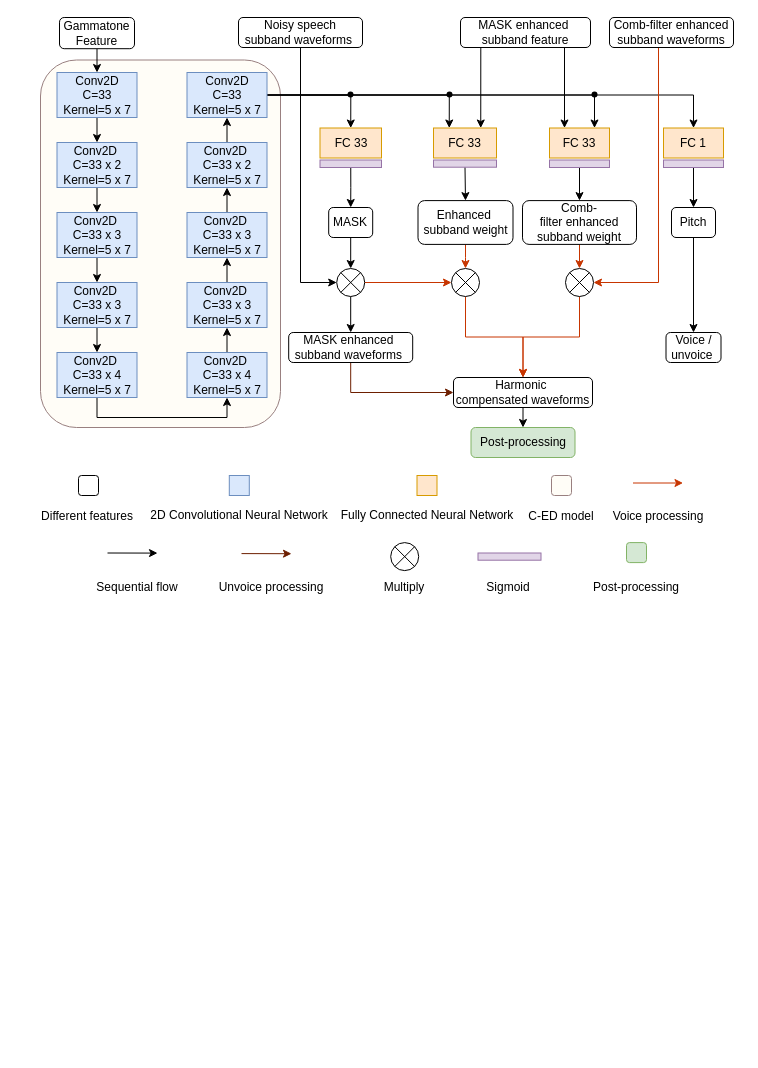
This is cedmodel.drawio from linan2/A-Convolutional-Recurrent-Neural-Network-for-Real-Time-Speech-Enhancement, a draw.io file, before an edit. Source tidied: cells renumbered, new cells numbered last; positions are measured from the earlier drawing's top-left corner, leaving out a move shared by most shapes. Both pictures are drawn from the tidied source at 100%, with x=0, y=0 at pixel (17, 17).
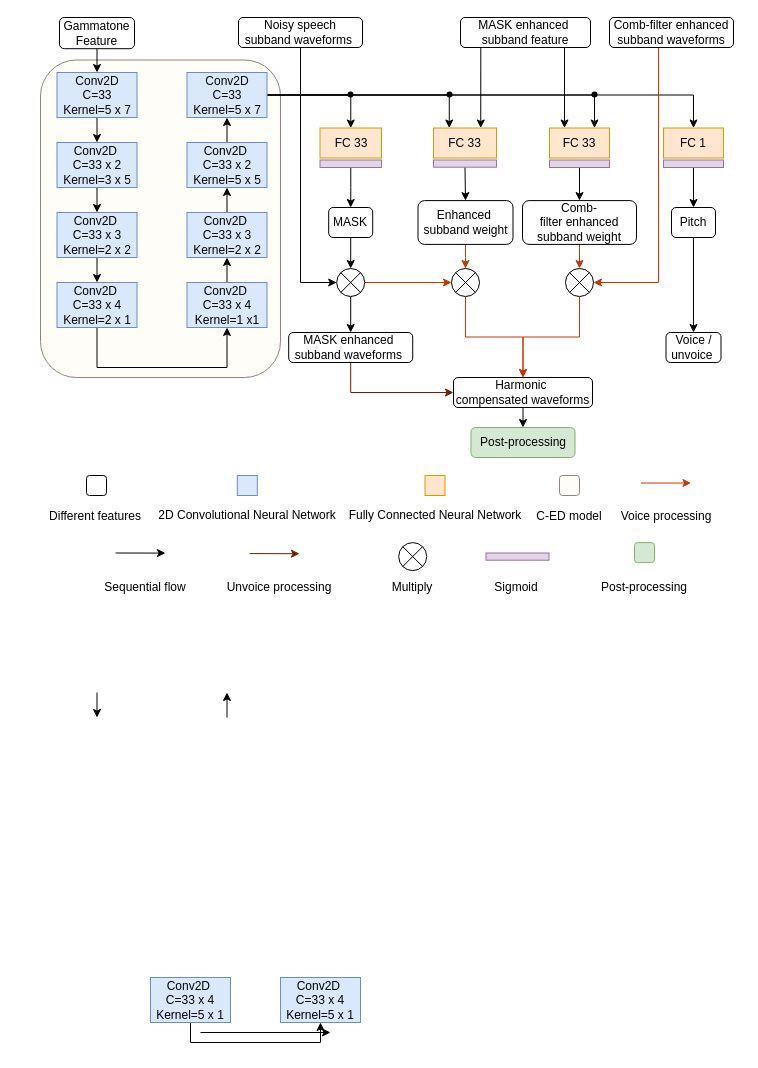
The same diagram, later.

Change to the diagram source:
```diff
@@
     <mxCell id="2" style="rounded=1;whiteSpace=wrap;html=1;fillColor=#FFFDF7;strokeColor=#998080;" parent="1" vertex="1">
-      <mxGeometry x="23" y="42.5" width="240" height="367.5" as="geometry" />
+      <mxGeometry x="23" y="42.5" width="240" height="317.5" as="geometry" />
     </mxCell>
@@
-    <mxCell id="10" value="Conv2D&amp;nbsp;&lt;br&gt;C=33 x 2 Kernel=5 x 7" style="rounded=0;whiteSpace=wrap;html=1;fillColor=#dae8fc;strokeColor=#6c8ebf;" parent="1" vertex="1">
+    <mxCell id="10" value="Conv2D&amp;nbsp;&lt;br&gt;C=33 x 2 Kernel=3 x 5" style="rounded=0;whiteSpace=wrap;html=1;fillColor=#dae8fc;strokeColor=#6c8ebf;" parent="1" vertex="1">
       <mxGeometry x="39.5" y="125" width="80" height="45" as="geometry" />
     </mxCell>
@@
-    <mxCell id="12" value="Conv2D&amp;nbsp;&lt;br&gt;C=33 x 3 Kernel=5 x 7" style="rounded=0;whiteSpace=wrap;html=1;fillColor=#dae8fc;strokeColor=#6c8ebf;" parent="1" vertex="1">
+    <mxCell id="12" value="Conv2D&amp;nbsp;&lt;br&gt;C=33 x 3 Kernel=2 x 2" style="rounded=0;whiteSpace=wrap;html=1;fillColor=#dae8fc;strokeColor=#6c8ebf;" parent="1" vertex="1">
       <mxGeometry x="39.5" y="195" width="80" height="45" as="geometry" />
     </mxCell>
-    <mxCell id="13" style="edgeStyle=orthogonalEdgeStyle;rounded=0;jettySize=auto;html=1;exitX=0.5;exitY=1;exitDx=0;exitDy=0;entryX=0.5;entryY=0;entryDx=0;entryDy=0;fillColor=#dae8fc;strokeColor=#000000;" parent="1" edge="1" source="14" target="16">
-      <mxGeometry relative="1" as="geometry" />
+    <mxCell id="13" style="edgeStyle=orthogonalEdgeStyle;rounded=0;orthogonalLoop=1;jettySize=auto;html=1;exitX=0.5;exitY=1;exitDx=0;exitDy=0;entryX=0.5;entryY=0;entryDx=0;entryDy=0;fillColor=#dae8fc;strokeColor=#000000;" parent="1" edge="1">
+      <mxGeometry relative="1" as="geometry">
+        <mxPoint x="79.5" y="675" as="sourcePoint" />
+        <mxPoint x="79.5" y="700" as="targetPoint" />
+      </mxGeometry>
     </mxCell>
+    <mxCell id="95" style="edgeStyle=orthogonalEdgeStyle;rounded=0;jettySize=auto;html=1;exitX=0.5;exitY=1;exitDx=0;exitDy=0;entryX=0.5;entryY=1;entryDx=0;entryDy=0;" parent="1" edge="1" source="14" target="20">
+      <mxGeometry relative="1" as="geometry">
+        <Array as="points">
+          <mxPoint x="80" y="350" />
+          <mxPoint x="210" y="350" />
+        </Array>
+      </mxGeometry>
+    </mxCell>
-    <mxCell id="14" value="Conv2D&amp;nbsp;&lt;br&gt;C=33 x 3 Kernel=5 x 7" style="rounded=0;whiteSpace=wrap;html=1;fillColor=#dae8fc;strokeColor=#6c8ebf;" parent="1" vertex="1">
+    <mxCell id="14" value="Conv2D&amp;nbsp;&lt;br&gt;C=33 x 4 Kernel=2 x 1" style="rounded=0;whiteSpace=wrap;html=1;fillColor=#dae8fc;strokeColor=#6c8ebf;" parent="1" vertex="1">
       <mxGeometry x="39.5" y="265" width="80" height="45" as="geometry" />
     </mxCell>
-    <mxCell id="15" style="edgeStyle=orthogonalEdgeStyle;rounded=0;jettySize=auto;html=1;exitX=0.5;exitY=1;exitDx=0;exitDy=0;entryX=0.5;entryY=1;entryDx=0;entryDy=0;" parent="1" edge="1" source="16" target="18">
-      <mxGeometry relative="1" as="geometry" />
-    </mxCell>
-    <mxCell id="16" value="Conv2D&amp;nbsp;&lt;br&gt;C=33 x 4 Kernel=5 x 7" style="rounded=0;whiteSpace=wrap;html=1;fillColor=#dae8fc;strokeColor=#6c8ebf;" parent="1" vertex="1">
-      <mxGeometry x="39.5" y="335" width="80" height="45" as="geometry" />
-    </mxCell>
-    <mxCell id="17" style="edgeStyle=orthogonalEdgeStyle;rounded=0;jettySize=auto;html=1;exitX=0.5;exitY=0;exitDx=0;exitDy=0;entryX=0.5;entryY=1;entryDx=0;entryDy=0;fillColor=#dae8fc;strokeColor=#000000;" parent="1" edge="1" source="18" target="20">
-      <mxGeometry relative="1" as="geometry" />
+    <mxCell id="17" style="edgeStyle=orthogonalEdgeStyle;rounded=0;orthogonalLoop=1;jettySize=auto;html=1;exitX=0.5;exitY=0;exitDx=0;exitDy=0;entryX=0.5;entryY=1;entryDx=0;entryDy=0;fillColor=#dae8fc;strokeColor=#000000;" parent="1" edge="1">
+      <mxGeometry relative="1" as="geometry">
+        <mxPoint x="209.5" y="700" as="sourcePoint" />
+        <mxPoint x="209.5" y="675" as="targetPoint" />
+      </mxGeometry>
     </mxCell>
-    <mxCell id="18" value="Conv2D&amp;nbsp;&lt;br&gt;C=33 x 4 Kernel=5 x 7" style="rounded=0;whiteSpace=wrap;html=1;fillColor=#dae8fc;strokeColor=#6c8ebf;" parent="1" vertex="1">
-      <mxGeometry x="169.5" y="335" width="80" height="45" as="geometry" />
-    </mxCell>
@@
-    <mxCell id="20" value="Conv2D&amp;nbsp;&lt;br&gt;C=33 x 3 Kernel=5 x 7" style="rounded=0;whiteSpace=wrap;html=1;fillColor=#dae8fc;strokeColor=#6c8ebf;" parent="1" vertex="1">
+    <mxCell id="20" value="Conv2D&amp;nbsp;&lt;br&gt;C=33 x 4 Kernel=1 x1" style="rounded=0;whiteSpace=wrap;html=1;fillColor=#dae8fc;strokeColor=#6c8ebf;" parent="1" vertex="1">
       <mxGeometry x="169.5" y="265" width="80" height="45" as="geometry" />
     </mxCell>
@@
-    <mxCell id="22" value="Conv2D&amp;nbsp;&lt;br&gt;C=33 x 3 Kernel=5 x 7" style="rounded=0;whiteSpace=wrap;html=1;fillColor=#dae8fc;strokeColor=#6c8ebf;" parent="1" vertex="1">
+    <mxCell id="22" value="Conv2D&amp;nbsp;&lt;br&gt;C=33 x 3 Kernel=2 x 2" style="rounded=0;whiteSpace=wrap;html=1;fillColor=#dae8fc;strokeColor=#6c8ebf;" parent="1" vertex="1">
       <mxGeometry x="169.5" y="195" width="80" height="45" as="geometry" />
     </mxCell>
@@
-    <mxCell id="24" value="Conv2D&amp;nbsp;&lt;br&gt;C=33 x 2 Kernel=5 x 7" style="rounded=0;whiteSpace=wrap;html=1;fillColor=#dae8fc;strokeColor=#6c8ebf;" parent="1" vertex="1">
+    <mxCell id="24" value="Conv2D&amp;nbsp;&lt;br&gt;C=33 x 2 Kernel=5 x 5" style="rounded=0;whiteSpace=wrap;html=1;fillColor=#dae8fc;strokeColor=#6c8ebf;" parent="1" vertex="1">
       <mxGeometry x="169.5" y="125" width="80" height="45" as="geometry" />
     </mxCell>
@@
     <mxCell id="71" style="group;" parent="1" vertex="1">
-      <mxGeometry x="166.8" y="458" width="110" height="55" as="geometry" />
+      <mxGeometry x="174.8" y="458" width="110" height="55" as="geometry" />
     </mxCell>
@@
     <mxCell id="74" style="group;fillColor=none;" parent="1" vertex="1">
-      <mxGeometry x="354.5" y="458" width="110" height="55" as="geometry" />
+      <mxGeometry x="362.5" y="458" width="110" height="55" as="geometry" />
     </mxCell>
@@
     <mxCell id="77" style="group;" parent="1" vertex="1">
-      <mxGeometry x="469" y="458" width="150" height="53.8" as="geometry" />
+      <mxGeometry x="477" y="458" width="150" height="53.8" as="geometry" />
     </mxCell>
@@
     <mxCell id="80" style="endArrow=classic;html=1;rounded=0;fillColor=#fa6800;strokeColor=#C73500;" parent="1" edge="1">
       <mxGeometry relative="1" as="geometry">
-        <mxPoint x="615.5" y="465.5" as="sourcePoint" />
-        <mxPoint x="665.5" y="465.5" as="targetPoint" />
+        <mxPoint x="623.5" y="465.5" as="sourcePoint" />
+        <mxPoint x="673.5" y="465.5" as="targetPoint" />
       </mxGeometry>
     </mxCell>
     <mxCell id="81" value="Voice&amp;nbsp;processing" style="rounded=0;whiteSpace=wrap;html=1;strokeColor=none;fillColor=none;" parent="1" vertex="1">
-      <mxGeometry x="566" y="485.5" width="150" height="26.2" as="geometry" />
+      <mxGeometry x="574" y="485.5" width="150" height="26.2" as="geometry" />
     </mxCell>
     <mxCell id="82" style="group;" parent="1" vertex="1">
-      <mxGeometry x="179" y="536.1" width="150" height="47.4" as="geometry" />
+      <mxGeometry x="187" y="536.1" width="150" height="47.4" as="geometry" />
     </mxCell>
@@
     <mxCell id="85" style="verticalLabelPosition=bottom;verticalAlign=top;html=1;shape=mxgraph.flowchart.or;" parent="1" vertex="1">
-      <mxGeometry x="373.2" y="525.1" width="28" height="28" as="geometry" />
+      <mxGeometry x="381.2" y="525.1" width="28" height="28" as="geometry" />
     </mxCell>
     <mxCell id="86" value="Multiply" style="rounded=0;whiteSpace=wrap;html=1;strokeColor=none;fillColor=none;" parent="1" vertex="1">
-      <mxGeometry x="312.2" y="556.6" width="150" height="26.2" as="geometry" />
+      <mxGeometry x="320.2" y="556.6" width="150" height="26.2" as="geometry" />
     </mxCell>
     <mxCell id="87" style="rounded=0;whiteSpace=wrap;html=1;fillColor=#e1d5e7;strokeColor=#9673a6;" parent="1" vertex="1">
-      <mxGeometry x="460.5" y="535.5" width="63" height="7.2" as="geometry" />
+      <mxGeometry x="468.5" y="535.5" width="63" height="7.2" as="geometry" />
     </mxCell>
     <mxCell id="88" value="Sigmoid" style="rounded=0;whiteSpace=wrap;html=1;strokeColor=none;fillColor=none;" parent="1" vertex="1">
-      <mxGeometry x="416" y="556.6" width="150" height="26.2" as="geometry" />
+      <mxGeometry x="424" y="556.6" width="150" height="26.2" as="geometry" />
     </mxCell>
     <mxCell id="89" style="rounded=1;whiteSpace=wrap;html=1;fillColor=#FFFFFF;strokeColor=#000000;" parent="1" vertex="1">
-      <mxGeometry x="61" y="458" width="20" height="20" as="geometry" />
+      <mxGeometry x="69" y="458" width="20" height="20" as="geometry" />
     </mxCell>
     <mxCell id="90" value="Sequential flow" style="rounded=0;whiteSpace=wrap;html=1;strokeColor=none;fillColor=none;" parent="1" vertex="1">
-      <mxGeometry x="45" y="556.6" width="150" height="26.2" as="geometry" />
+      <mxGeometry x="53" y="556.6" width="150" height="26.2" as="geometry" />
     </mxCell>
     <mxCell id="91" style="endArrow=classic;html=1;rounded=0;fillColor=#a0522d;strokeColor=#000000;" parent="1" edge="1">
       <mxGeometry relative="1" as="geometry">
-        <mxPoint x="90" y="535.5" as="sourcePoint" />
-        <mxPoint x="140" y="535.6" as="targetPoint" />
+        <mxPoint x="98" y="535.5" as="sourcePoint" />
+        <mxPoint x="148" y="535.6" as="targetPoint" />
       </mxGeometry>
     </mxCell>
     <mxCell id="92" value="Different&amp;nbsp;features" style="rounded=0;whiteSpace=wrap;html=1;strokeColor=none;fillColor=none;" parent="1" vertex="1">
-      <mxGeometry y="485.5" width="140" height="26.2" as="geometry" />
+      <mxGeometry x="8" y="485.5" width="140" height="26.2" as="geometry" />
     </mxCell>
     <mxCell id="93" style="rounded=1;whiteSpace=wrap;html=1;fillColor=#d5e8d4;strokeColor=#82b366;" parent="1" vertex="1">
-      <mxGeometry x="609" y="525.1" width="20" height="20" as="geometry" />
+      <mxGeometry x="617" y="525.1" width="20" height="20" as="geometry" />
     </mxCell>
     <mxCell id="94" value="Post-processing" style="rounded=0;whiteSpace=wrap;html=1;strokeColor=none;fillColor=none;" parent="1" vertex="1">
-      <mxGeometry x="549" y="556.6" width="140" height="26.2" as="geometry" />
+      <mxGeometry x="557" y="556.6" width="140" height="26.2" as="geometry" />
     </mxCell>
+    <mxCell id="96" style="edgeStyle=orthogonalEdgeStyle;rounded=0;jettySize=auto;html=1;exitX=0.5;exitY=1;exitDx=0;exitDy=0;entryX=0.5;entryY=1;entryDx=0;entryDy=0;" parent="1" edge="1" source="97" target="98">
+      <mxGeometry relative="1" as="geometry" />
+    </mxCell>
+    <mxCell id="97" value="Conv2D&amp;nbsp;&lt;br&gt;C=33 x 4 Kernel=5 x 1" style="rounded=0;whiteSpace=wrap;html=1;fillColor=#dae8fc;strokeColor=#6c8ebf;" parent="1" vertex="1">
+      <mxGeometry x="133" y="960" width="80" height="45" as="geometry" />
+    </mxCell>
+    <mxCell id="98" value="Conv2D&amp;nbsp;&lt;br&gt;C=33 x 4 Kernel=5 x 1" style="rounded=0;whiteSpace=wrap;html=1;fillColor=#dae8fc;strokeColor=#6c8ebf;" parent="1" vertex="1">
+      <mxGeometry x="263" y="960" width="80" height="45" as="geometry" />
+    </mxCell>
+    <mxCell id="99" style="edgeStyle=orthogonalEdgeStyle;rounded=0;orthogonalLoop=1;jettySize=auto;html=1;exitX=0.5;exitY=1;exitDx=0;exitDy=0;entryX=0.5;entryY=1;entryDx=0;entryDy=0;" parent="1" edge="1">
+      <mxGeometry relative="1" as="geometry">
+        <mxPoint x="183" y="1015" as="sourcePoint" />
+        <mxPoint x="313" y="1015" as="targetPoint" />
+      </mxGeometry>
+    </mxCell>
```
